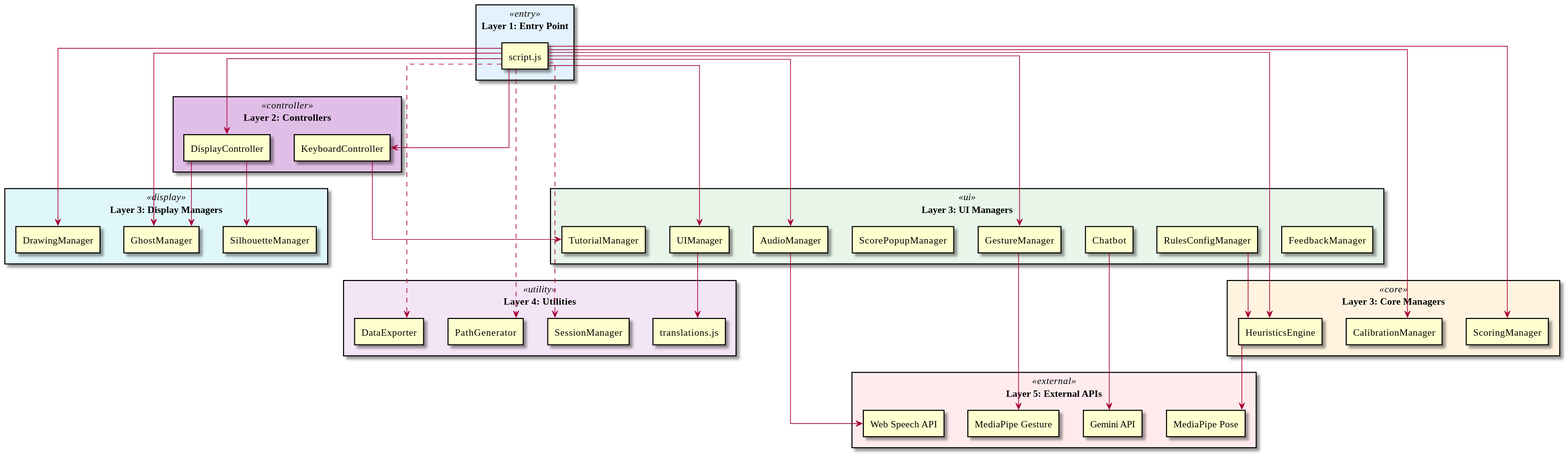
The PlantUML diagram out/docs/diagrams/ModuleDependencies/ModuleDependencies.svg in vyut/TaijiFlow, before a commit. Source of this version:
```plantuml
@startuml ModuleDependencies

skinparam defaultFontName "Sarabun"
skinparam backgroundColor transparent
skinparam componentStyle rectangle
skinparam packageStyle rectangle
skinparam linetype ortho

top to bottom direction

skinparam package {
    BackgroundColor<<entry>> #E3F2FD
    BackgroundColor<<core>> #FFF3E0
    BackgroundColor<<display>> #E0F7FA
    BackgroundColor<<ui>> #E8F5E9
    BackgroundColor<<controller>> #E1BEE7
    BackgroundColor<<utility>> #F3E5F5
    BackgroundColor<<external>> #FFEBEE
}


package "Layer 1: Entry Point" <<entry>> {
    [script.js] as Script
}


package "Layer 2: Controllers" <<controller>> {
    [DisplayController] as DisplayCtrl
    [KeyboardController] as KeyboardCtrl
}


package "Layer 3: Core Managers" <<core>> {
    [HeuristicsEngine] as Heuristics
    [CalibrationManager] as Calibration
    [ScoringManager] as Scoring
}

package "Layer 3: Display Managers" <<display>> {
    [DrawingManager] as Drawing
    [GhostManager] as Ghost
    [SilhouetteManager] as Silhouette
}

package "Layer 3: UI Managers" <<ui>> {
    [UIManager] as UI
    [AudioManager] as Audio
    [GestureManager] as Gesture
    [ScorePopupManager] as ScorePopup
    [TutorialManager] as Tutorial
    [RulesConfigManager] as RulesConfig
    [Chatbot] as Chatbot
    [FeedbackManager] as Feedback
}


package "Layer 4: Utilities" <<utility>> {
    [DataExporter] as Exporter
    [PathGenerator] as PathGen
    [SessionManager] as Session
    [translations.js] as Translations
}


package "Layer 5: External APIs" <<external>> {
    [MediaPipe Pose] as MPPose
    [MediaPipe Gesture] as MPGesture
    [Web Speech API] as WebSpeech
    [Gemini API] as Gemini
}


Script --> DisplayCtrl
Script --> KeyboardCtrl

Script --> Heuristics
Script --> Calibration
Script --> Scoring

Script --> Drawing
Script --> Ghost

Script --> UI
Script --> Audio
Script --> Gesture

DisplayCtrl --> Ghost
DisplayCtrl --> Silhouette
KeyboardCtrl --> Tutorial

RulesConfig --> Heuristics
UI --> Translations

Heuristics --> MPPose
Gesture --> MPGesture
Audio --> WebSpeech
Chatbot --> Gemini

Script ..> Exporter
Script ..> PathGen
Script ..> Session

@enduml
```
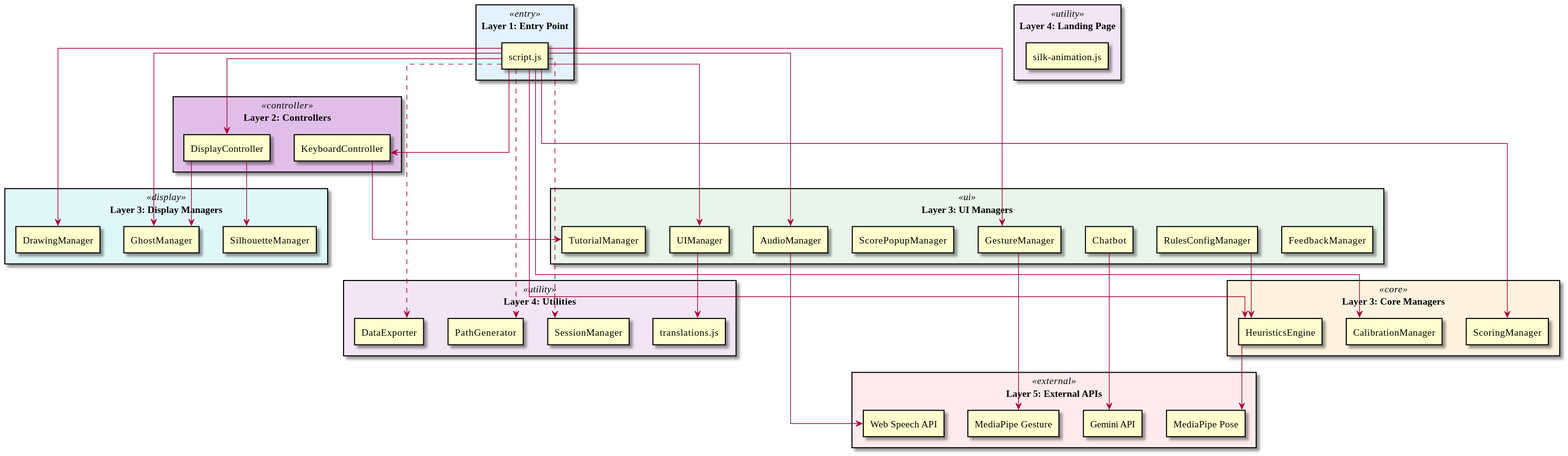
The same diagram one commit later.

Commit message:
Update documents and diagrams

The edit, as a diff of the source:
```diff
@@ -61,6 +61,10 @@
     [translations.js] as Translations
 }
 
+package "Layer 4: Landing Page" <<utility>> {
+    [silk-animation.js] as SilkAnim
+}
+
 
 package "Layer 5: External APIs" <<external>> {
     [MediaPipe Pose] as MPPose
```
